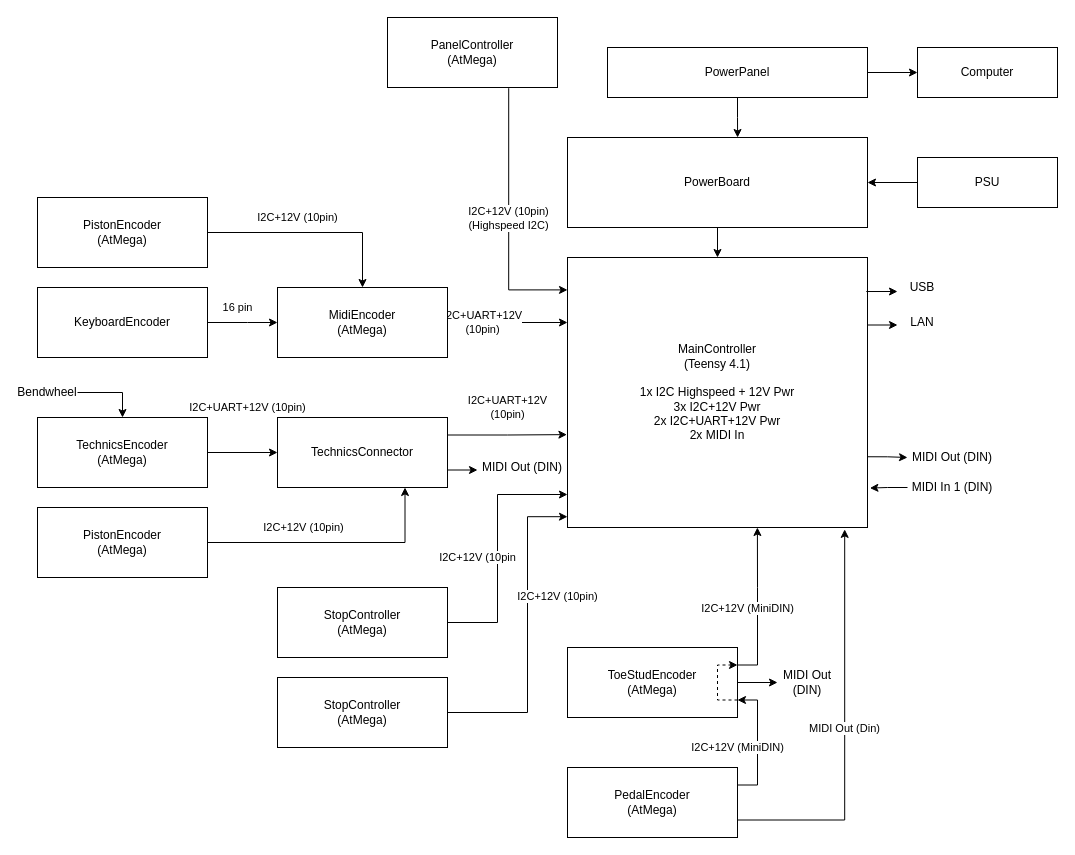
Before: page "Boards" (1 of 2) of boards/Boards.drawio in stefanhepp/eOrgan, a draw.io diagram. Source tidied: cells renumbered, new cells numbered last; positions are measured from the earlier drawing's top-left corner, leaving out a move shared by most shapes. Both pictures are drawn from the tidied source at 100%, with x=0, y=0 at pixel (17, 17).
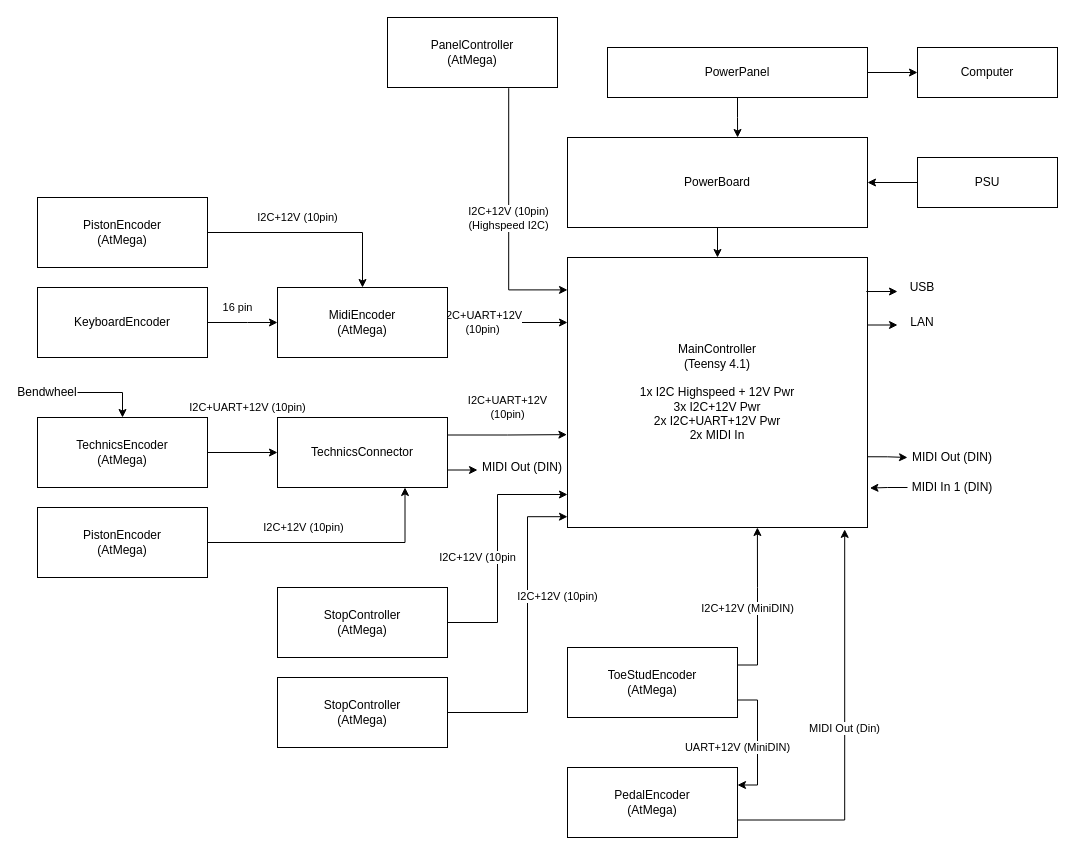
Above is the later version.

Unchanged cells that the change refers to:
```xml
<mxCell id="7" value="ToeStudEncoder&lt;br&gt;(AtMega)" style="rounded=0;whiteSpace=wrap;html=1;" parent="1" vertex="1">
  <mxGeometry x="550" y="630" width="170" height="70" as="geometry" />
</mxCell>
<mxCell id="10" value="PedalEncoder&lt;br&gt;(AtMega)" style="rounded=0;whiteSpace=wrap;html=1;" parent="1" vertex="1">
  <mxGeometry x="550" y="750" width="170" height="70" as="geometry" />
</mxCell>
```

Change to the diagram source:
```diff
@@
-    <mxCell id="5" style="edgeStyle=orthogonalEdgeStyle;rounded=0;jettySize=auto;html=1;exitX=1;exitY=0.5;exitDx=0;exitDy=0;entryX=0;entryY=0.5;entryDx=0;entryDy=0;" parent="1" edge="1" source="7" target="33">
-      <mxGeometry relative="1" as="geometry" />
-    </mxCell>
@@
-    <mxCell id="8" value="I2C+12V (MiniDIN)" style="edgeStyle=orthogonalEdgeStyle;rounded=0;jettySize=auto;html=1;exitX=1;exitY=0.25;exitDx=0;exitDy=0;entryX=1;entryY=0.75;entryDx=0;entryDy=0;" parent="1" edge="1" source="10" target="7">
+    <mxCell id="8" value="UART+12V (MiniDIN)" style="edgeStyle=orthogonalEdgeStyle;rounded=0;jettySize=auto;html=1;exitX=1;exitY=0.25;exitDx=0;exitDy=0;entryX=1;entryY=0.75;entryDx=0;entryDy=0;startArrow=classic;startFill=1;endArrow=none;endFill=0;" parent="1" edge="1" source="10" target="7">
       <mxGeometry x="-0.08" y="20" relative="1" as="geometry" />
     </mxCell>
@@
-    <mxCell id="33" value="MIDI Out (DIN)" style="text;html=1;strokeColor=none;fillColor=none;align=center;verticalAlign=middle;whiteSpace=wrap;rounded=0;" parent="1" vertex="1">
-      <mxGeometry x="760" y="650" width="60" height="30" as="geometry" />
-    </mxCell>
-    <mxCell id="34" style="edgeStyle=orthogonalEdgeStyle;rounded=0;orthogonalLoop=1;jettySize=auto;html=1;exitX=1;exitY=0.75;exitDx=0;exitDy=0;entryX=1;entryY=0.25;entryDx=0;entryDy=0;dashed=1;" parent="1" edge="1" source="7" target="7">
-      <mxGeometry relative="1" as="geometry">
-        <Array as="points">
-          <mxPoint x="700" y="683" />
-          <mxPoint x="700" y="647" />
-        </Array>
-      </mxGeometry>
-    </mxCell>
```
